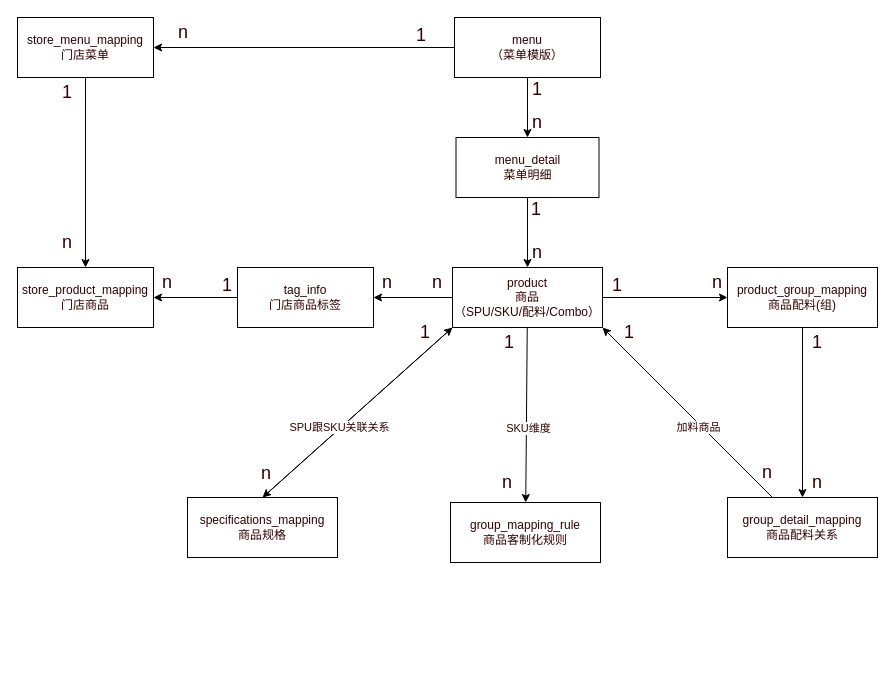
This is 商品菜单领域.drawio from alexzhang2015/PC2.0, a draw.io file, before an edit. Source tidied: cells renumbered, new cells numbered last; positions are measured from the earlier drawing's top-left corner, leaving out a move shared by most shapes. Both pictures are drawn from the tidied source at 100%, with x=0, y=0 at pixel (17, 17).
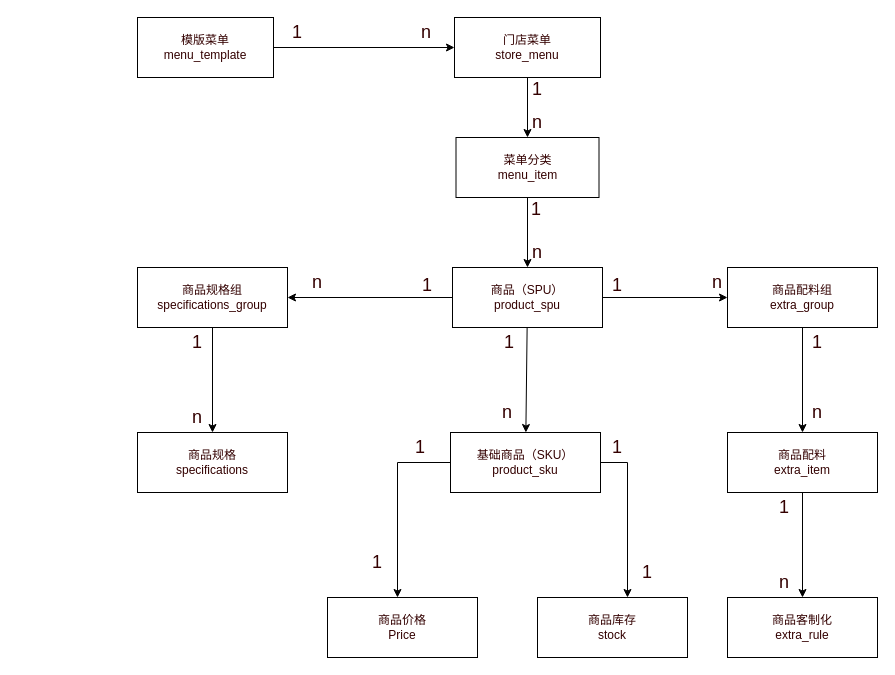
Above is the later version.

Commit message:
更新商品菜单领域.drawio

The edit, as a diff of the source:
```diff
@@
+    <mxCell id="3" style="rounded=0;jettySize=auto;html=1;fontColor=#330000;" parent="1" edge="1" source="7" target="20">
+      <mxGeometry relative="1" as="geometry" />
+    </mxCell>
+    <mxCell id="5" style="edgeStyle=orthogonalEdgeStyle;rounded=0;jettySize=auto;html=1;entryX=0;entryY=0.5;entryDx=0;entryDy=0;fontColor=#330000;" parent="1" edge="1" source="7" target="12">
+      <mxGeometry relative="1" as="geometry" />
+    </mxCell>
-    <mxCell id="2" style="rounded=0;jettySize=auto;html=1;exitX=0;exitY=1;exitDx=0;exitDy=0;entryX=0.5;entryY=0;entryDx=0;entryDy=0;fontColor=#330000;" parent="1" edge="1" source="7" target="19">
+    <mxCell id="2" style="edgeStyle=orthogonalEdgeStyle;rounded=0;jettySize=auto;html=1;entryX=1;entryY=0.5;entryDx=0;entryDy=0;" parent="1" edge="1" source="7" target="19">
       <mxGeometry relative="1" as="geometry" />
     </mxCell>
-    <mxCell id="3" style="rounded=0;jettySize=auto;html=1;fontColor=#330000;" parent="1" edge="1" source="7" target="20">
-      <mxGeometry relative="1" as="geometry" />
-    </mxCell>
-    <mxCell id="4" value="SKU维度" style="edgeLabel;html=1;align=center;verticalAlign=middle;fontColor=#330000;" parent="3" vertex="1">
-      <mxGeometry x="-0.21" y="2" relative="1" as="geometry">
-        <mxPoint x="-1" y="31" as="offset" />
-      </mxGeometry>
-    </mxCell>
-    <mxCell id="5" style="edgeStyle=orthogonalEdgeStyle;rounded=0;jettySize=auto;html=1;entryX=0;entryY=0.5;entryDx=0;entryDy=0;fontColor=#330000;" parent="1" edge="1" source="7" target="12">
-      <mxGeometry relative="1" as="geometry" />
-    </mxCell>
-    <mxCell id="6" style="edgeStyle=orthogonalEdgeStyle;rounded=0;jettySize=auto;html=1;entryX=1;entryY=0.5;entryDx=0;entryDy=0;fontColor=#330000;" parent="1" edge="1" source="7" target="26">
-      <mxGeometry relative="1" as="geometry" />
-    </mxCell>
-    <mxCell id="7" value="product&lt;div&gt;商品&lt;/div&gt;&lt;div&gt;（SPU/SKU/配料/Combo）&lt;/div&gt;" style="rounded=0;whiteSpace=wrap;html=1;fontColor=#330000;" parent="1" vertex="1">
+    <mxCell id="7" value="&lt;div&gt;商品（SPU）&lt;/div&gt;&lt;div&gt;&lt;span style=&quot;background-color: initial;&quot;&gt;product_spu&lt;/span&gt;&lt;/div&gt;" style="rounded=0;whiteSpace=wrap;html=1;fontColor=#330000;" parent="1" vertex="1">
       <mxGeometry x="435" y="250" width="150" height="60" as="geometry" />
     </mxCell>
-    <mxCell id="8" style="edgeStyle=orthogonalEdgeStyle;rounded=0;jettySize=auto;html=1;fontColor=#330000;" parent="1" edge="1" source="10" target="16">
+    <mxCell id="8" style="edgeStyle=orthogonalEdgeStyle;rounded=0;jettySize=auto;html=1;fontColor=#330000;endArrow=none;endFill=0;startArrow=classic;startFill=1;" parent="1" edge="1" source="10" target="16">
       <mxGeometry relative="1" as="geometry" />
     </mxCell>
@@
-    <mxCell id="10" value="menu&lt;div&gt;（菜单模版）&lt;/div&gt;" style="rounded=0;whiteSpace=wrap;html=1;fontColor=#330000;" parent="1" vertex="1">
+    <mxCell id="10" value="&lt;div&gt;&lt;span style=&quot;background-color: initial;&quot;&gt;门店菜单&lt;/span&gt;&lt;br&gt;&lt;/div&gt;&lt;div&gt;&lt;div&gt;store_menu&lt;/div&gt;&lt;/div&gt;" style="rounded=0;whiteSpace=wrap;html=1;fontColor=#330000;" parent="1" vertex="1">
       <mxGeometry x="437" width="146" height="60" as="geometry" />
     </mxCell>
@@
-    <mxCell id="12" value="product_group_mapping&lt;div&gt;商品配料(组)&lt;/div&gt;" style="rounded=0;whiteSpace=wrap;html=1;fontColor=#330000;" parent="1" vertex="1">
+    <mxCell id="12" value="&lt;div&gt;商品配料组&lt;/div&gt;&lt;div&gt;extra_group&lt;br&gt;&lt;/div&gt;" style="rounded=0;whiteSpace=wrap;html=1;fontColor=#330000;" parent="1" vertex="1">
       <mxGeometry x="710" y="250" width="150" height="60" as="geometry" />
     </mxCell>
@@
-    <mxCell id="14" value="menu_detail&lt;div&gt;菜单明细&lt;/div&gt;" style="rounded=0;whiteSpace=wrap;html=1;fontColor=#330000;" parent="1" vertex="1">
+    <mxCell id="14" value="&lt;div&gt;菜单分类&lt;/div&gt;&lt;div&gt;menu_item&lt;br&gt;&lt;/div&gt;" style="rounded=0;whiteSpace=wrap;html=1;fontColor=#330000;" parent="1" vertex="1">
       <mxGeometry x="438.5" y="120" width="143" height="60" as="geometry" />
     </mxCell>
-    <mxCell id="15" style="edgeStyle=orthogonalEdgeStyle;rounded=0;jettySize=auto;html=1;entryX=0.5;entryY=0;entryDx=0;entryDy=0;fontColor=#330000;" parent="1" edge="1" source="16" target="21">
-      <mxGeometry relative="1" as="geometry" />
-    </mxCell>
-    <mxCell id="16" value="store_menu_mapping&lt;div&gt;门店菜单&lt;/div&gt;" style="rounded=0;whiteSpace=wrap;html=1;fontColor=#330000;" parent="1" vertex="1">
-      <mxGeometry width="136" height="60" as="geometry" />
+    <mxCell id="16" value="&lt;div&gt;&lt;div&gt;模版菜单&lt;/div&gt;&lt;div&gt;menu_template&lt;/div&gt;&lt;/div&gt;" style="rounded=0;whiteSpace=wrap;html=1;fontColor=#330000;" parent="1" vertex="1">
+      <mxGeometry x="120" width="136" height="60" as="geometry" />
     </mxCell>
-    <mxCell id="17" style="rounded=0;jettySize=auto;html=1;exitX=0.5;exitY=0;exitDx=0;exitDy=0;entryX=0;entryY=1;entryDx=0;entryDy=0;fontColor=#330000;" parent="1" edge="1" source="19" target="7">
-      <mxGeometry relative="1" as="geometry" />
-    </mxCell>
-    <mxCell id="18" value="SPU跟SKU关联关系" style="edgeLabel;html=1;align=center;verticalAlign=middle;fontColor=#330000;" parent="17" vertex="1">
-      <mxGeometry x="-0.21" y="-2" relative="1" as="geometry">
-        <mxPoint y="-5" as="offset" />
-      </mxGeometry>
-    </mxCell>
+    <mxCell id="49" style="edgeStyle=orthogonalEdgeStyle;rounded=0;jettySize=auto;html=1;" parent="1" edge="1" source="19" target="58">
+      <mxGeometry relative="1" as="geometry" />
+    </mxCell>
-    <mxCell id="19" value="specifications_mapping&lt;div&gt;商品规格&lt;/div&gt;" style="rounded=0;whiteSpace=wrap;html=1;fontColor=#330000;" parent="1" vertex="1">
-      <mxGeometry x="170" y="480" width="150" height="60" as="geometry" />
+    <mxCell id="19" value="&lt;div&gt;商品规格组&lt;br&gt;&lt;/div&gt;specifications_group" style="rounded=0;whiteSpace=wrap;html=1;fontColor=#330000;" parent="1" vertex="1">
+      <mxGeometry x="120" y="250" width="150" height="60" as="geometry" />
     </mxCell>
+    <mxCell id="50" style="edgeStyle=orthogonalEdgeStyle;rounded=0;jettySize=auto;html=1;entryX=0.5;entryY=0;entryDx=0;entryDy=0;exitX=0.5;exitY=1;exitDx=0;exitDy=0;" parent="1" edge="1" source="24" target="55">
+      <mxGeometry relative="1" as="geometry" />
+    </mxCell>
+    <mxCell id="51" style="edgeStyle=orthogonalEdgeStyle;rounded=0;jettySize=auto;html=1;" parent="1" edge="1" source="20" target="61">
+      <mxGeometry relative="1" as="geometry">
+        <Array as="points">
+          <mxPoint x="380" y="445" />
+        </Array>
+      </mxGeometry>
+    </mxCell>
+    <mxCell id="52" style="edgeStyle=orthogonalEdgeStyle;rounded=0;jettySize=auto;html=1;" parent="1" edge="1" source="20" target="62">
+      <mxGeometry relative="1" as="geometry">
+        <Array as="points">
+          <mxPoint x="610" y="445" />
+        </Array>
+      </mxGeometry>
+    </mxCell>
-    <mxCell id="20" value="group_mapping_rule&lt;div&gt;商品客制化规则&lt;/div&gt;" style="rounded=0;whiteSpace=wrap;html=1;fontColor=#330000;" parent="1" vertex="1">
-      <mxGeometry x="433" y="485" width="150" height="60" as="geometry" />
+    <mxCell id="20" value="&lt;div&gt;基础商品（SKU）&lt;/div&gt;&lt;div&gt;product_sku&lt;/div&gt;" style="rounded=0;whiteSpace=wrap;html=1;fontColor=#330000;" parent="1" vertex="1">
+      <mxGeometry x="433" y="415" width="150" height="60" as="geometry" />
     </mxCell>
-    <mxCell id="21" value="store_product_mapping&lt;div&gt;门店商品&lt;/div&gt;" style="rounded=0;whiteSpace=wrap;html=1;fontColor=#330000;" parent="1" vertex="1">
-      <mxGeometry y="250" width="136" height="60" as="geometry" />
-    </mxCell>
-    <mxCell id="22" style="rounded=0;jettySize=auto;html=1;entryX=1;entryY=1;entryDx=0;entryDy=0;fontColor=#330000;" parent="1" edge="1" source="24" target="7">
-      <mxGeometry relative="1" as="geometry" />
-    </mxCell>
-    <mxCell id="23" value="加料商品" style="edgeLabel;html=1;align=center;verticalAlign=middle;fontColor=#330000;" parent="22" vertex="1">
-      <mxGeometry x="0.03" y="-1" relative="1" as="geometry">
-        <mxPoint x="12" y="18" as="offset" />
-      </mxGeometry>
-    </mxCell>
-    <mxCell id="24" value="group_detail_mapping&lt;div&gt;商品配料关系&lt;/div&gt;" style="rounded=0;whiteSpace=wrap;html=1;fontColor=#330000;" parent="1" vertex="1">
-      <mxGeometry x="710" y="480" width="150" height="60" as="geometry" />
+    <mxCell id="24" value="&lt;div&gt;商品配料&lt;/div&gt;&lt;div&gt;extra_item&lt;br&gt;&lt;/div&gt;" style="rounded=0;whiteSpace=wrap;html=1;fontColor=#330000;" parent="1" vertex="1">
+      <mxGeometry x="710" y="415" width="150" height="60" as="geometry" />
     </mxCell>
-    <mxCell id="25" style="edgeStyle=orthogonalEdgeStyle;rounded=0;jettySize=auto;html=1;entryX=1;entryY=0.5;entryDx=0;entryDy=0;fontColor=#330000;" parent="1" edge="1" source="26" target="21">
-      <mxGeometry relative="1" as="geometry" />
-    </mxCell>
-    <mxCell id="26" value="&lt;div&gt;tag_info&lt;/div&gt;&lt;div&gt;门店商品标签&lt;/div&gt;" style="rounded=0;whiteSpace=wrap;html=1;fontColor=#330000;" parent="1" vertex="1">
-      <mxGeometry x="220" y="250" width="136" height="60" as="geometry" />
-    </mxCell>
     <mxCell id="27" value="&lt;font style=&quot;font-size: 18px;&quot;&gt;1&lt;/font&gt;" style="text;html=1;align=center;verticalAlign=middle;whiteSpace=wrap;rounded=0;fontColor=#330000;fontSize=18;" parent="1" vertex="1">
-      <mxGeometry x="374" y="3" width="60" height="30" as="geometry" />
+      <mxGeometry x="250" width="60" height="30" as="geometry" />
     </mxCell>
     <mxCell id="28" value="&lt;font style=&quot;font-size: 18px;&quot;&gt;n&lt;/font&gt;" style="text;html=1;align=center;verticalAlign=middle;whiteSpace=wrap;rounded=0;fontColor=#330000;fontSize=18;" parent="1" vertex="1">
-      <mxGeometry x="136" width="60" height="30" as="geometry" />
+      <mxGeometry x="378.5" width="60" height="30" as="geometry" />
     </mxCell>
-    <mxCell id="29" value="&lt;font style=&quot;font-size: 18px;&quot;&gt;1&lt;/font&gt;" style="text;html=1;align=center;verticalAlign=middle;whiteSpace=wrap;rounded=0;fontColor=#330000;fontSize=18;" parent="1" vertex="1">
-      <mxGeometry x="20" y="60" width="60" height="30" as="geometry" />
-    </mxCell>
-    <mxCell id="30" value="&lt;font style=&quot;font-size: 18px;&quot;&gt;n&lt;/font&gt;" style="text;html=1;align=center;verticalAlign=middle;whiteSpace=wrap;rounded=0;fontColor=#330000;fontSize=18;" parent="1" vertex="1">
-      <mxGeometry x="20" y="210" width="60" height="30" as="geometry" />
-    </mxCell>
-    <mxCell id="31" value="&lt;font style=&quot;font-size: 18px;&quot;&gt;n&lt;/font&gt;" style="text;html=1;align=center;verticalAlign=middle;whiteSpace=wrap;rounded=0;fontColor=#330000;fontSize=18;" parent="1" vertex="1">
-      <mxGeometry x="120" y="250" width="60" height="30" as="geometry" />
-    </mxCell>
-    <mxCell id="32" value="&lt;font style=&quot;font-size: 18px;&quot;&gt;1&lt;/font&gt;" style="text;html=1;align=center;verticalAlign=middle;whiteSpace=wrap;rounded=0;fontColor=#330000;fontSize=18;" parent="1" vertex="1">
-      <mxGeometry x="180" y="253" width="60" height="30" as="geometry" />
-    </mxCell>
-    <mxCell id="33" value="&lt;font style=&quot;font-size: 18px;&quot;&gt;1&lt;/font&gt;" style="text;html=1;align=center;verticalAlign=middle;whiteSpace=wrap;rounded=0;fontColor=#330000;fontSize=18;" parent="1" vertex="1">
-      <mxGeometry x="378" y="300" width="60" height="30" as="geometry" />
-    </mxCell>
-    <mxCell id="34" value="&lt;font style=&quot;font-size: 18px;&quot;&gt;n&lt;/font&gt;" style="text;html=1;align=center;verticalAlign=middle;whiteSpace=wrap;rounded=0;fontColor=#330000;fontSize=18;" parent="1" vertex="1">
-      <mxGeometry x="219" y="441" width="60" height="30" as="geometry" />
-    </mxCell>
@@
     <mxCell id="36" value="&lt;font style=&quot;font-size: 18px;&quot;&gt;n&lt;/font&gt;" style="text;html=1;align=center;verticalAlign=middle;whiteSpace=wrap;rounded=0;fontColor=#330000;fontSize=18;" parent="1" vertex="1">
-      <mxGeometry x="460" y="450" width="60" height="30" as="geometry" />
+      <mxGeometry x="460" y="380" width="60" height="30" as="geometry" />
     </mxCell>
-    <mxCell id="37" value="&lt;font style=&quot;font-size: 18px;&quot;&gt;1&lt;/font&gt;" style="text;html=1;align=center;verticalAlign=middle;whiteSpace=wrap;rounded=0;fontColor=#330000;fontSize=18;" parent="1" vertex="1">
-      <mxGeometry x="581.5" y="300" width="60" height="30" as="geometry" />
-    </mxCell>
-    <mxCell id="38" value="&lt;font style=&quot;font-size: 18px;&quot;&gt;n&lt;/font&gt;" style="text;html=1;align=center;verticalAlign=middle;whiteSpace=wrap;rounded=0;fontColor=#330000;fontSize=18;" parent="1" vertex="1">
-      <mxGeometry x="720" y="440" width="60" height="30" as="geometry" />
-    </mxCell>
@@
     <mxCell id="40" value="&lt;font style=&quot;font-size: 18px;&quot;&gt;n&lt;/font&gt;" style="text;html=1;align=center;verticalAlign=middle;whiteSpace=wrap;rounded=0;fontColor=#330000;fontSize=18;" parent="1" vertex="1">
-      <mxGeometry x="770" y="450" width="60" height="30" as="geometry" />
+      <mxGeometry x="770" y="380" width="60" height="30" as="geometry" />
     </mxCell>
@@
-    <mxCell id="45" value="&lt;font style=&quot;font-size: 18px;&quot;&gt;n&lt;/font&gt;" style="text;html=1;align=center;verticalAlign=middle;whiteSpace=wrap;rounded=0;fontColor=#330000;fontSize=18;" parent="1" vertex="1">
-      <mxGeometry x="340" y="250" width="60" height="30" as="geometry" />
-    </mxCell>
-    <mxCell id="46" value="&lt;font style=&quot;font-size: 18px;&quot;&gt;n&lt;/font&gt;" style="text;html=1;align=center;verticalAlign=middle;whiteSpace=wrap;rounded=0;fontColor=#330000;fontSize=18;" parent="1" vertex="1">
-      <mxGeometry x="390" y="250" width="60" height="30" as="geometry" />
-    </mxCell>
@@
+    <mxCell id="53" value="&lt;font style=&quot;font-size: 18px;&quot;&gt;1&lt;/font&gt;" style="text;html=1;align=center;verticalAlign=middle;whiteSpace=wrap;rounded=0;fontColor=#330000;fontSize=18;" parent="1" vertex="1">
+      <mxGeometry x="380" y="253" width="60" height="30" as="geometry" />
+    </mxCell>
+    <mxCell id="54" value="&lt;font style=&quot;font-size: 18px;&quot;&gt;n&lt;/font&gt;" style="text;html=1;align=center;verticalAlign=middle;whiteSpace=wrap;rounded=0;fontColor=#330000;fontSize=18;" parent="1" vertex="1">
+      <mxGeometry x="270" y="250" width="60" height="30" as="geometry" />
+    </mxCell>
+    <mxCell id="55" value="&lt;div&gt;商品客制化&lt;/div&gt;&lt;div&gt;extra_rule&lt;br&gt;&lt;/div&gt;" style="rounded=0;whiteSpace=wrap;html=1;fontColor=#330000;" parent="1" vertex="1">
+      <mxGeometry x="710" y="580" width="150" height="60" as="geometry" />
+    </mxCell>
+    <mxCell id="56" value="&lt;font style=&quot;font-size: 18px;&quot;&gt;1&lt;/font&gt;" style="text;html=1;align=center;verticalAlign=middle;whiteSpace=wrap;rounded=0;fontColor=#330000;fontSize=18;" parent="1" vertex="1">
+      <mxGeometry x="737" y="475" width="60" height="30" as="geometry" />
+    </mxCell>
+    <mxCell id="57" value="&lt;font style=&quot;font-size: 18px;&quot;&gt;n&lt;/font&gt;" style="text;html=1;align=center;verticalAlign=middle;whiteSpace=wrap;rounded=0;fontColor=#330000;fontSize=18;" parent="1" vertex="1">
+      <mxGeometry x="737" y="550" width="60" height="30" as="geometry" />
+    </mxCell>
+    <mxCell id="58" value="&lt;div&gt;商品规格&lt;br&gt;&lt;/div&gt;specifications" style="rounded=0;whiteSpace=wrap;html=1;fontColor=#330000;" parent="1" vertex="1">
+      <mxGeometry x="120" y="415" width="150" height="60" as="geometry" />
+    </mxCell>
+    <mxCell id="59" value="&lt;font style=&quot;font-size: 18px;&quot;&gt;1&lt;/font&gt;" style="text;html=1;align=center;verticalAlign=middle;whiteSpace=wrap;rounded=0;fontColor=#330000;fontSize=18;" parent="1" vertex="1">
+      <mxGeometry x="150" y="310" width="60" height="30" as="geometry" />
+    </mxCell>
+    <mxCell id="60" value="&lt;font style=&quot;font-size: 18px;&quot;&gt;n&lt;/font&gt;" style="text;html=1;align=center;verticalAlign=middle;whiteSpace=wrap;rounded=0;fontColor=#330000;fontSize=18;" parent="1" vertex="1">
+      <mxGeometry x="150" y="385" width="60" height="30" as="geometry" />
+    </mxCell>
+    <mxCell id="61" value="&lt;div&gt;商品价格&lt;/div&gt;&lt;div&gt;Price&lt;/div&gt;" style="rounded=0;whiteSpace=wrap;html=1;fontColor=#330000;" parent="1" vertex="1">
+      <mxGeometry x="310" y="580" width="150" height="60" as="geometry" />
+    </mxCell>
+    <mxCell id="62" value="商品库存&lt;br&gt;&lt;div&gt;stock&lt;br&gt;&lt;/div&gt;" style="rounded=0;whiteSpace=wrap;html=1;fontColor=#330000;" parent="1" vertex="1">
+      <mxGeometry x="520" y="580" width="150" height="60" as="geometry" />
+    </mxCell>
+    <mxCell id="63" value="&lt;font style=&quot;font-size: 18px;&quot;&gt;1&lt;/font&gt;" style="text;html=1;align=center;verticalAlign=middle;whiteSpace=wrap;rounded=0;fontColor=#330000;fontSize=18;" parent="1" vertex="1">
+      <mxGeometry x="570" y="415" width="60" height="30" as="geometry" />
+    </mxCell>
+    <mxCell id="64" value="&lt;font style=&quot;font-size: 18px;&quot;&gt;1&lt;/font&gt;" style="text;html=1;align=center;verticalAlign=middle;whiteSpace=wrap;rounded=0;fontColor=#330000;fontSize=18;" parent="1" vertex="1">
+      <mxGeometry x="600" y="540" width="60" height="30" as="geometry" />
+    </mxCell>
+    <mxCell id="65" value="&lt;font style=&quot;font-size: 18px;&quot;&gt;1&lt;/font&gt;" style="text;html=1;align=center;verticalAlign=middle;whiteSpace=wrap;rounded=0;fontColor=#330000;fontSize=18;" parent="1" vertex="1">
+      <mxGeometry x="330" y="530" width="60" height="30" as="geometry" />
+    </mxCell>
+    <mxCell id="66" value="&lt;font style=&quot;font-size: 18px;&quot;&gt;1&lt;/font&gt;" style="text;html=1;align=center;verticalAlign=middle;whiteSpace=wrap;rounded=0;fontColor=#330000;fontSize=18;" parent="1" vertex="1">
+      <mxGeometry x="373" y="415" width="60" height="30" as="geometry" />
+    </mxCell>
```
